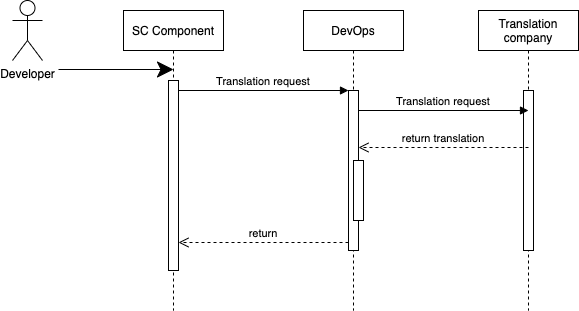
Earlier version of the draw.io export zDifferent/SC/Translation.drawio.png (smitbmx/Architecture-Diagrams). Source tidied: cells renumbered, new cells last; positions are measured from the earlier drawing's top-left corner, leaving out a move shared by most shapes.
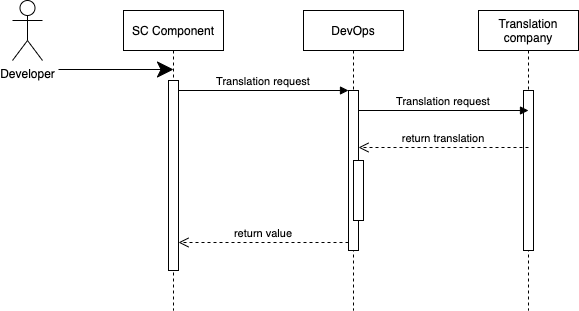
Later version of the same file.

Diff of the diagram source:
```diff
@@ -17,7 +17,7 @@
     <mxCell id="6" style="perimeter=orthogonalPerimeter;rounded=0;shadow=0;strokeWidth=1;" parent="4" vertex="1">
       <mxGeometry x="50" y="150" width="10" height="60" as="geometry" />
     </mxCell>
-    <mxCell id="7" value="return" style="verticalAlign=bottom;endArrow=open;dashed=1;endSize=8;exitX=0;exitY=0.95;shadow=0;strokeWidth=1;" parent="1" edge="1" source="5" target="3">
+    <mxCell id="7" value="return value" style="verticalAlign=bottom;endArrow=open;dashed=1;endSize=8;exitX=0;exitY=0.95;shadow=0;strokeWidth=1;" parent="1" edge="1" source="5" target="3">
       <mxGeometry relative="1" as="geometry" />
     </mxCell>
     <mxCell id="8" value="Translation request" style="verticalAlign=bottom;endArrow=block;entryX=0;entryY=0;shadow=0;strokeWidth=1;" parent="1" edge="1" source="3" target="5">
```
